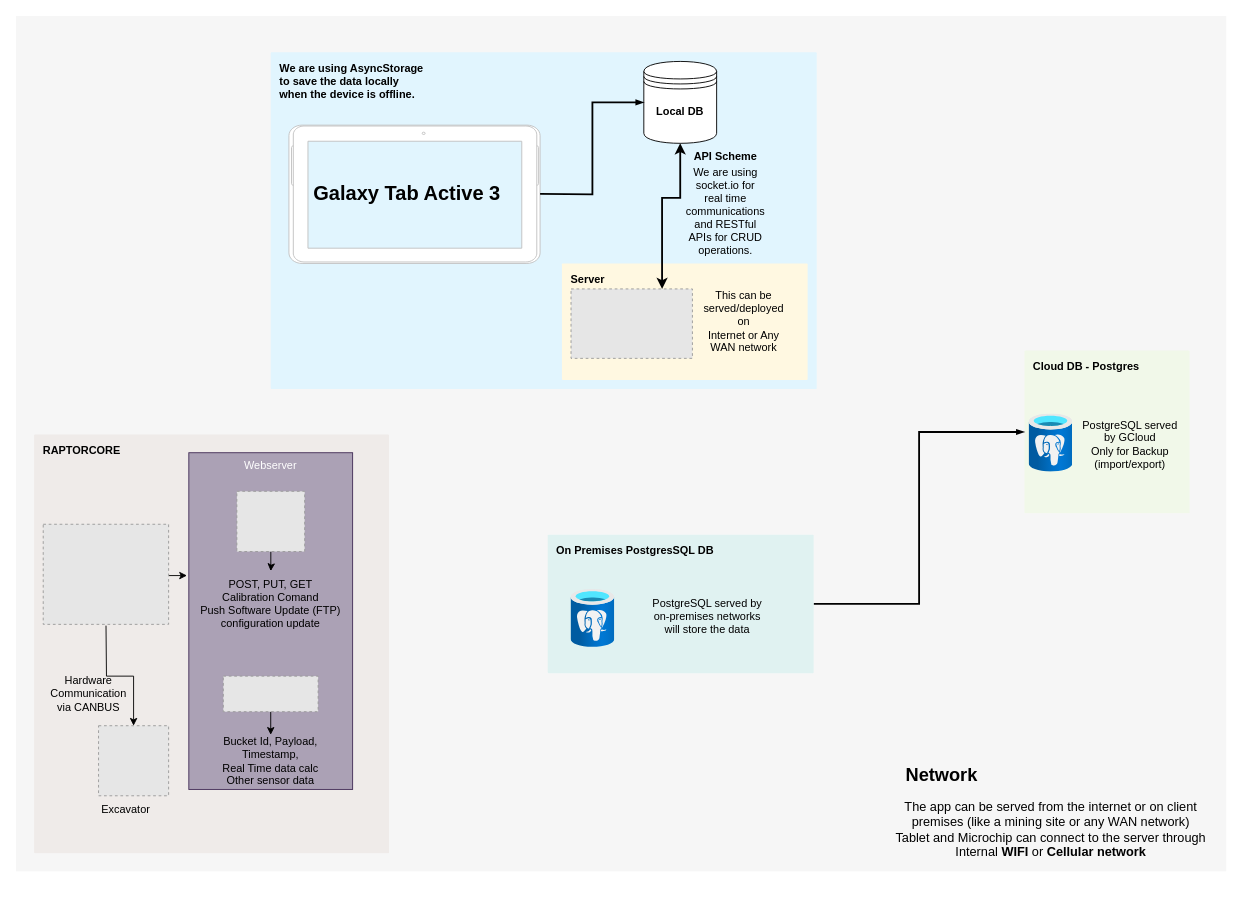
Earlier version of the draw.io diagram PayloadAppUpdated.drawio (Raptor-Tech/Diagram). Source tidied: cells renumbered, new cells numbered last; positions are measured from the earlier drawing's top-left corner, leaving out a move shared by most shapes. Both pictures are drawn from the tidied source at 91%, with x=0, y=0 at pixel (15, 15). Pictures stored in the file or linked from it are replaced by grey dashed boxes.
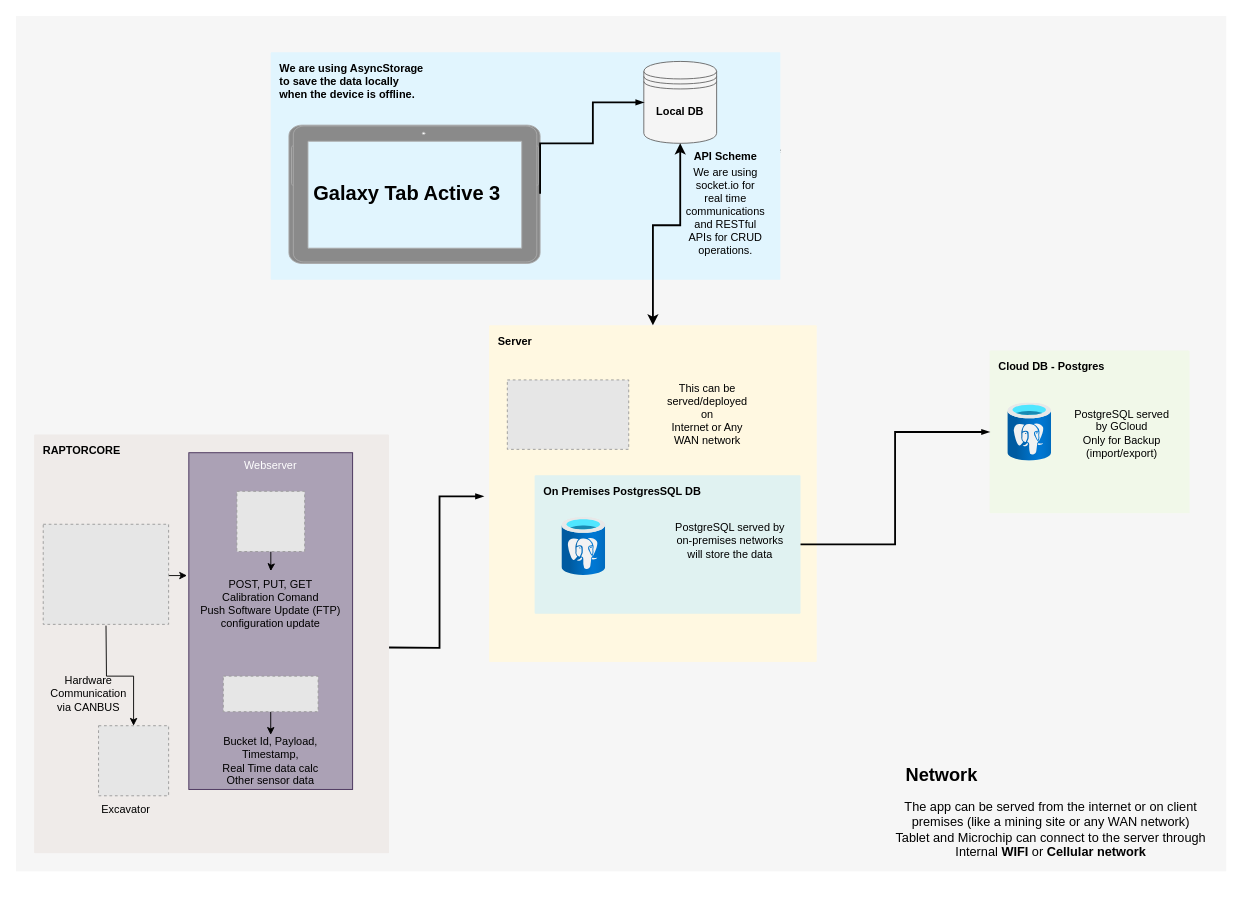
After the change.

Unchanged cells that the change refers to:
```xml
<mxCell id="2" style="fillColor=#F6F6F6;strokeColor=none;shadow=0;gradientColor=none;fontSize=14;align=left;spacing=10;fontColor=#717171;9E9E9E;verticalAlign=top;spacingTop=-4;fontStyle=0;spacingLeft=40;html=1;whiteSpace=wrap;" parent="1" vertex="1">
  <mxGeometry width="1330" height="940" as="geometry" />
</mxCell>
```

Change to the diagram source:
```diff
@@
     <mxCell id="3" value="&lt;font color=&quot;#000000&quot;&gt;&lt;b&gt;Cloud DB - Postgres&lt;/b&gt;&lt;/font&gt;" style="sketch=0;points=[[0,0,0],[0.25,0,0],[0.5,0,0],[0.75,0,0],[1,0,0],[1,0.25,0],[1,0.5,0],[1,0.75,0],[1,1,0],[0.75,1,0],[0.5,1,0],[0.25,1,0],[0,1,0],[0,0.75,0],[0,0.5,0],[0,0.25,0]];rounded=1;absoluteArcSize=1;arcSize=2;html=1;strokeColor=none;gradientColor=none;shadow=0;dashed=0;fontSize=12;fontColor=#9E9E9E;align=left;verticalAlign=top;spacing=10;spacingTop=-4;whiteSpace=wrap;fillColor=#F1F8E9;" parent="2" vertex="1">
-      <mxGeometry x="1108.3" y="367.8" width="181.4" height="178.8" as="geometry" />
+      <mxGeometry x="1070" y="367.8" width="219.7" height="178.8" as="geometry" />
     </mxCell>
@@
     <mxCell id="6" style="image;html=1;align=center;fontSize=12;image=img/lib/azure2/databases/Azure_Database_PostgreSQL_Server.svg;" parent="2" vertex="1">
-      <mxGeometry x="1113.4" y="437.3" width="48" height="64" as="geometry" />
+      <mxGeometry x="1090" y="425.2" width="48" height="64" as="geometry" />
     </mxCell>
     <mxCell id="7" value="PostgreSQL served by GCloud&lt;br&gt;Only for Backup (import/export)" style="text;strokeColor=none;align=center;fillColor=none;html=1;verticalAlign=middle;whiteSpace=wrap;rounded=0;" parent="2" vertex="1">
-      <mxGeometry x="1168.8" y="437.3" width="110.8" height="67.4" as="geometry" />
+      <mxGeometry x="1160" y="425.2" width="110.8" height="67.4" as="geometry" />
     </mxCell>
-    <mxCell id="8" style="edgeStyle=orthogonalEdgeStyle;fontSize=12;html=1;endArrow=blockThin;endFill=1;rounded=0;strokeWidth=2;endSize=4;startSize=4;dashed=0;strokeColor=#000000;entryX=0;entryY=0.5;entryDx=0;entryDy=0;entryPerimeter=0;exitX=1;exitY=0.5;exitDx=0;exitDy=0;exitPerimeter=0;" parent="2" edge="1" source="10" target="3">
-      <mxGeometry relative="1" as="geometry" />
-    </mxCell>
@@
+    <mxCell id="20" value="&lt;b&gt;&lt;font color=&quot;#000000&quot;&gt;Server&lt;/font&gt;&lt;/b&gt;" style="sketch=0;points=[[0,0,0],[0.25,0,0],[0.5,0,0],[0.75,0,0],[1,0,0],[1,0.25,0],[1,0.5,0],[1,0.75,0],[1,1,0],[0.75,1,0],[0.5,1,0],[0.25,1,0],[0,1,0],[0,0.75,0],[0,0.5,0],[0,0.25,0]];rounded=1;absoluteArcSize=1;arcSize=2;html=1;strokeColor=none;gradientColor=none;shadow=0;dashed=0;fontSize=12;fontColor=#9E9E9E;align=left;verticalAlign=top;spacing=10;spacingTop=-4;whiteSpace=wrap;fillColor=#FFF8E1;" parent="2" vertex="1">
+      <mxGeometry x="520" y="340" width="360" height="370" as="geometry" />
+    </mxCell>
+    <mxCell id="35" style="fillColor=#E6E6E6;strokeColor=#999999;dashed=1;verticalLabelPosition=bottom;labelBackgroundColor=default;verticalAlign=top;" parent="2" vertex="1">
+      <mxGeometry x="540" y="400" width="133.4" height="76.3" as="geometry" />
+    </mxCell>
+    <mxCell id="39" value="This can be served/deployed on&lt;br/&gt;Internet or Any WAN network&lt;br/&gt;" style="text;strokeColor=none;align=center;fillColor=none;html=1;verticalAlign=middle;whiteSpace=wrap;rounded=0;" parent="2" vertex="1">
+      <mxGeometry x="715" y="404.8" width="90" height="66.8" as="geometry" />
+    </mxCell>
     <mxCell id="10" value="&lt;b&gt;&lt;font color=&quot;#000000&quot;&gt;On Premises&amp;nbsp;PostgresSQL DB&lt;/font&gt;&lt;/b&gt;" style="sketch=0;points=[[0,0,0],[0.25,0,0],[0.5,0,0],[0.75,0,0],[1,0,0],[1,0.25,0],[1,0.5,0],[1,0.75,0],[1,1,0],[0.75,1,0],[0.5,1,0],[0.25,1,0],[0,1,0],[0,0.75,0],[0,0.5,0],[0,0.25,0]];rounded=1;absoluteArcSize=1;arcSize=2;html=1;strokeColor=none;gradientColor=none;shadow=0;dashed=0;fontSize=12;fontColor=#9E9E9E;align=left;verticalAlign=top;spacing=10;spacingTop=-4;whiteSpace=wrap;fillColor=#E0F2F1;" parent="2" vertex="1">
-      <mxGeometry x="584.4" y="570" width="292.2" height="152.2" as="geometry" />
+      <mxGeometry x="570" y="504.7" width="292.2" height="152.2" as="geometry" />
     </mxCell>
     <mxCell id="11" style="image;html=1;align=center;fontSize=12;image=img/lib/azure2/databases/Azure_Database_PostgreSQL_Server.svg;" parent="2" vertex="1">
-      <mxGeometry x="610" y="630" width="48" height="64" as="geometry" />
+      <mxGeometry x="600" y="551" width="48" height="64" as="geometry" />
     </mxCell>
     <mxCell id="12" value="PostgreSQL served by&lt;br&gt;on-premises networks&lt;br&gt;will store the data" style="text;strokeColor=none;align=center;fillColor=none;html=1;verticalAlign=middle;whiteSpace=wrap;rounded=0;" parent="2" vertex="1">
-      <mxGeometry x="690" y="630" width="140" height="60" as="geometry" />
+      <mxGeometry x="715" y="546.6" width="140" height="60" as="geometry" />
     </mxCell>
+    <mxCell id="8" style="edgeStyle=orthogonalEdgeStyle;fontSize=12;html=1;endArrow=blockThin;endFill=1;rounded=0;strokeWidth=2;endSize=4;startSize=4;dashed=0;strokeColor=#000000;entryX=0;entryY=0.5;entryDx=0;entryDy=0;entryPerimeter=0;exitX=1;exitY=0.5;exitDx=0;exitDy=0;exitPerimeter=0;" parent="2" edge="1" source="10" target="3">
+      <mxGeometry relative="1" as="geometry" />
+    </mxCell>
+    <mxCell id="40" style="edgeStyle=orthogonalEdgeStyle;fontSize=12;html=1;endArrow=blockThin;endFill=1;rounded=0;strokeWidth=2;endSize=4;startSize=4;dashed=0;strokeColor=#000000;entryX=-0.017;entryY=0.508;entryDx=0;entryDy=0;entryPerimeter=0;exitX=1;exitY=0.5;exitDx=0;exitDy=0;exitPerimeter=0;" parent="2" edge="1" target="20">
+      <mxGeometry relative="1" as="geometry">
+        <mxPoint x="410" y="694" as="sourcePoint" />
+      </mxGeometry>
+    </mxCell>
@@
     <mxCell id="14" value="&lt;b&gt;&lt;font color=&quot;#000000&quot;&gt;We are using AsyncStorage&lt;br&gt;to save the data locally&lt;br&gt;when the device is offline.&amp;nbsp;&lt;/font&gt;&lt;/b&gt;" style="sketch=0;rounded=1;absoluteArcSize=1;arcSize=2;html=1;strokeColor=none;gradientColor=none;shadow=0;dashed=0;fontSize=12;fontColor=#9E9E9E;align=left;verticalAlign=top;spacing=10;spacingTop=-4;whiteSpace=wrap;fillColor=#E1F5FE;" parent="1" vertex="1">
-      <mxGeometry x="280" y="40" width="600" height="370" as="geometry" />
+      <mxGeometry x="280" y="40" width="560" height="250" as="geometry" />
     </mxCell>
-    <mxCell id="15" style="verticalLabelPosition=bottom;verticalAlign=top;html=1;shadow=0;dashed=0;strokeWidth=1;shape=mxgraph.android.tab2;strokeColor=#c0c0c0;direction=north;" parent="1" vertex="1">
+    <mxCell id="15" style="verticalLabelPosition=bottom;verticalAlign=top;html=1;shadow=0;dashed=0;strokeWidth=1;shape=mxgraph.android.tab2;strokeColor=#ABABAB;direction=north;fillColor=#8A8A8A;" parent="1" vertex="1">
       <mxGeometry x="300" y="120" width="276" height="152" as="geometry" />
     </mxCell>
-    <mxCell id="16" style="shape=datastore;whiteSpace=wrap;html=1;" parent="1" vertex="1">
+    <mxCell id="16" style="shape=datastore;whiteSpace=wrap;html=1;fillColor=#f5f5f5;strokeColor=#666666;fontColor=#333333;" parent="1" vertex="1">
       <mxGeometry x="690" y="50" width="80" height="90" as="geometry" />
     </mxCell>
     <mxCell id="17" style="edgeStyle=orthogonalEdgeStyle;fontSize=12;html=1;endArrow=blockThin;endFill=1;rounded=0;strokeWidth=2;endSize=4;startSize=4;dashed=0;strokeColor=#000000;entryX=0;entryY=0.5;entryDx=0;entryDy=0;" parent="1" edge="1" target="16">
       <mxGeometry relative="1" as="geometry">
         <mxPoint x="576" y="195.5" as="sourcePoint" />
+        <Array as="points">
+          <mxPoint x="576" y="140" />
+          <mxPoint x="634" y="140" />
+          <mxPoint x="634" y="95" />
+        </Array>
       </mxGeometry>
     </mxCell>
@@
-    <mxCell id="20" value="&lt;b&gt;&lt;font color=&quot;#000000&quot;&gt;Server&lt;/font&gt;&lt;/b&gt;" style="sketch=0;points=[[0,0,0],[0.25,0,0],[0.5,0,0],[0.75,0,0],[1,0,0],[1,0.25,0],[1,0.5,0],[1,0.75,0],[1,1,0],[0.75,1,0],[0.5,1,0],[0.25,1,0],[0,1,0],[0,0.75,0],[0,0.5,0],[0,0.25,0]];rounded=1;absoluteArcSize=1;arcSize=2;html=1;strokeColor=none;gradientColor=none;shadow=0;dashed=0;fontSize=12;fontColor=#9E9E9E;align=left;verticalAlign=top;spacing=10;spacingTop=-4;whiteSpace=wrap;fillColor=#FFF8E1;" parent="1" vertex="1">
-      <mxGeometry x="600" y="272" width="270" height="128" as="geometry" />
-    </mxCell>
@@
-    <mxCell id="35" style="fillColor=#E6E6E6;strokeColor=#999999;dashed=1;verticalLabelPosition=bottom;labelBackgroundColor=default;verticalAlign=top;" parent="1" vertex="1">
-      <mxGeometry x="610" y="300" width="133.4" height="76.3" as="geometry" />
-    </mxCell>
-    <mxCell id="36" style="edgeStyle=elbowEdgeStyle;rounded=0;elbow=vertical;html=1;labelBackgroundColor=#ffffff;startArrow=classic;startFill=1;startSize=6;endArrow=classic;endFill=1;endSize=6;jettySize=auto;strokeWidth=2;fontSize=14;exitX=0.75;exitY=0;exitDx=0;exitDy=0;entryX=0.5;entryY=1;entryDx=0;entryDy=0;" parent="1" edge="1" source="35" target="16">
+    <mxCell id="36" style="edgeStyle=elbowEdgeStyle;rounded=0;elbow=vertical;html=1;labelBackgroundColor=#ffffff;startArrow=classic;startFill=1;startSize=6;endArrow=classic;endFill=1;endSize=6;jettySize=auto;strokeWidth=2;fontSize=14;exitX=0.5;exitY=0;exitDx=0;exitDy=0;entryX=0.5;entryY=1;entryDx=0;entryDy=0;exitPerimeter=0;" parent="1" edge="1" source="20" target="16">
       <mxGeometry relative="1" as="geometry">
         <Array as="points">
+          <mxPoint x="680" y="230" />
           <mxPoint x="730" y="200" />
           <mxPoint x="770" y="240" />
           <mxPoint x="820" y="190" />
         </Array>
       </mxGeometry>
     </mxCell>
@@
-    <mxCell id="39" value="This can be served/deployed on&lt;br/&gt;Internet or Any WAN network&lt;br/&gt;" style="text;strokeColor=none;align=center;fillColor=none;html=1;verticalAlign=middle;whiteSpace=wrap;rounded=0;" parent="1" vertex="1">
-      <mxGeometry x="770" y="321" width="60" height="30" as="geometry" />
-    </mxCell>
```
